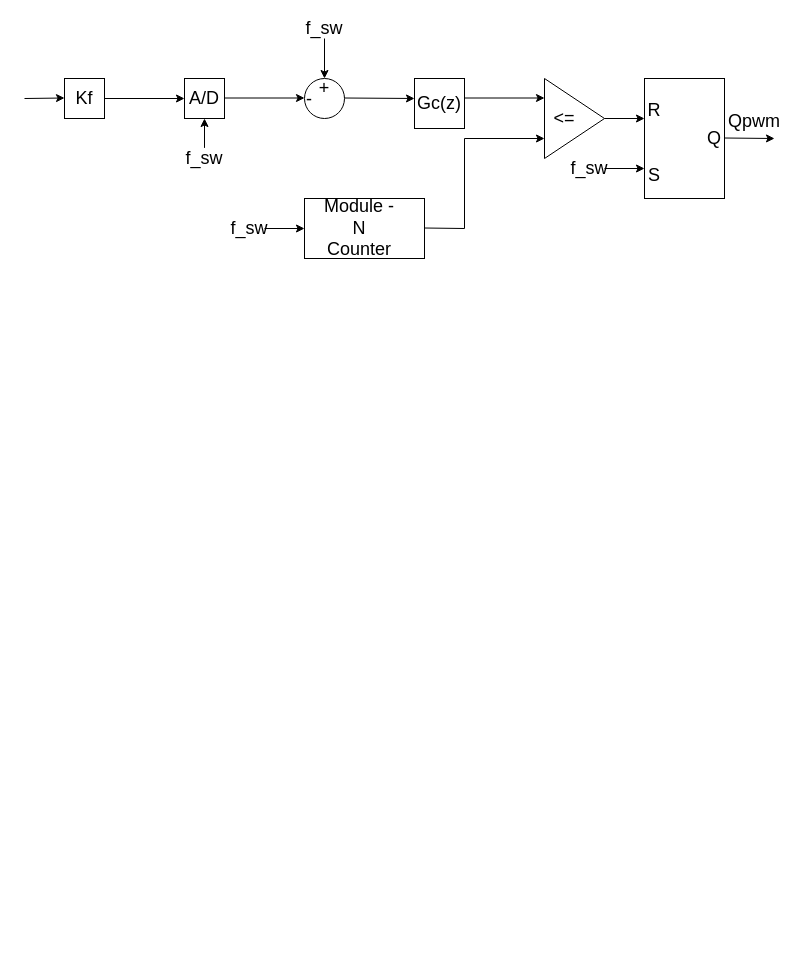
Earlier version of the draw.io diagram Untitled Diagram.drawio (CodeWithManojkumar/ADCs). Source tidied: cells renumbered, new cells numbered last; positions are measured from the earlier drawing's top-left corner, leaving out a move shared by most shapes. Both pictures are drawn from the tidied source at 100%, with x=0, y=0 at pixel (24, 18).
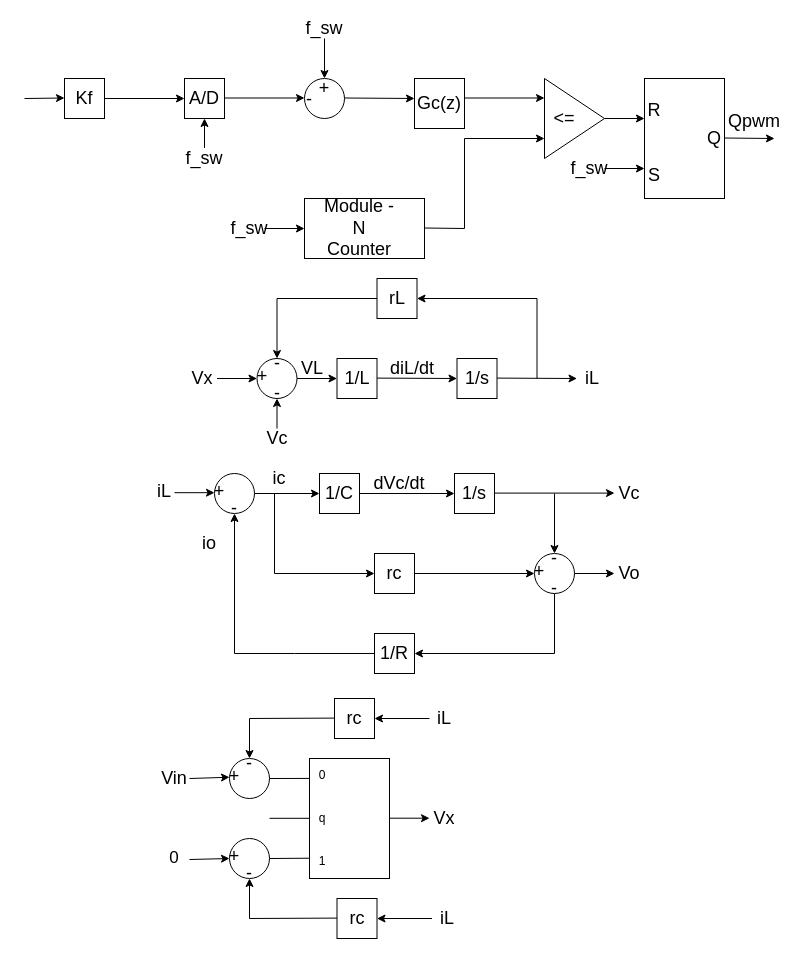
After the change.

Change to the diagram source:
```diff
@@
+    <mxCell id="35" style="whiteSpace=wrap;html=1;fontFamily=palatino;fontSize=18;" parent="1" vertex="1">
+      <mxGeometry x="312.5" y="340" width="40" height="40" as="geometry" />
+    </mxCell>
+    <mxCell id="36" style="whiteSpace=wrap;html=1;fontFamily=palatino;fontSize=18;" parent="1" vertex="1">
+      <mxGeometry x="432.5" y="340" width="40" height="40" as="geometry" />
+    </mxCell>
+    <mxCell id="37" style="whiteSpace=wrap;html=1;fontFamily=palatino;fontSize=18;" parent="1" vertex="1">
+      <mxGeometry x="352.5" y="260" width="40" height="40" as="geometry" />
+    </mxCell>
+    <mxCell id="38" style="endArrow=classic;html=1;rounded=0;entryX=0;entryY=0.5;entryDx=0;entryDy=0;fontFamily=palatino;fontSize=18;" parent="1" edge="1" target="36">
+      <mxGeometry relative="1" as="geometry">
+        <mxPoint x="352.5" y="359.6" as="sourcePoint" />
+      </mxGeometry>
+    </mxCell>
+    <mxCell id="39" style="endArrow=classic;html=1;rounded=0;entryX=0;entryY=0.5;entryDx=0;entryDy=0;fontFamily=palatino;fontSize=18;" parent="1" edge="1">
+      <mxGeometry relative="1" as="geometry">
+        <mxPoint x="472.5" y="359.6" as="sourcePoint" />
+        <mxPoint x="552.5" y="360" as="targetPoint" />
+      </mxGeometry>
+    </mxCell>
+    <mxCell id="40" style="endArrow=classic;html=1;rounded=0;fontFamily=palatino;fontSize=18;entryX=1;entryY=0.5;entryDx=0;entryDy=0;" parent="1" edge="1" target="37">
+      <mxGeometry relative="1" as="geometry">
+        <mxPoint x="512.5" y="360" as="sourcePoint" />
+        <Array as="points">
+          <mxPoint x="512.5" y="280" />
+        </Array>
+      </mxGeometry>
+    </mxCell>
+    <mxCell id="41" style="ellipse;whiteSpace=wrap;html=1;fontFamily=palatino;fontSize=18;" parent="1" vertex="1">
+      <mxGeometry x="232.5" y="340" width="40" height="40" as="geometry" />
+    </mxCell>
+    <mxCell id="42" value="-" style="text;strokeColor=none;align=center;fillColor=none;html=1;verticalAlign=middle;whiteSpace=wrap;rounded=0;fontSize=18;fontFamily=palatino;" parent="1" vertex="1">
+      <mxGeometry x="242.5" y="340" width="20" height="10" as="geometry" />
+    </mxCell>
+    <mxCell id="43" value="-" style="text;strokeColor=none;align=center;fillColor=none;html=1;verticalAlign=middle;whiteSpace=wrap;rounded=0;fontSize=18;fontFamily=palatino;" parent="1" vertex="1">
+      <mxGeometry x="242.5" y="370" width="20" height="10" as="geometry" />
+    </mxCell>
+    <mxCell id="44" value="+" style="text;strokeColor=none;align=center;fillColor=none;html=1;verticalAlign=middle;whiteSpace=wrap;rounded=0;fontSize=18;fontFamily=palatino;" parent="1" vertex="1">
+      <mxGeometry x="232.5" y="355" width="10" height="5" as="geometry" />
+    </mxCell>
+    <mxCell id="45" style="endArrow=classic;html=1;rounded=0;fontFamily=palatino;fontSize=18;" parent="1" edge="1">
+      <mxGeometry relative="1" as="geometry">
+        <mxPoint x="272.5" y="360" as="sourcePoint" />
+        <mxPoint x="312.5" y="360" as="targetPoint" />
+      </mxGeometry>
+    </mxCell>
+    <mxCell id="46" style="endArrow=classic;html=1;rounded=0;fontFamily=palatino;fontSize=18;entryX=1;entryY=0.5;entryDx=0;entryDy=0;exitX=0;exitY=0.5;exitDx=0;exitDy=0;" parent="1" edge="1" source="37">
+      <mxGeometry relative="1" as="geometry">
+        <mxPoint x="252.5" y="340" as="targetPoint" />
+        <Array as="points">
+          <mxPoint x="252.5" y="280" />
+        </Array>
+      </mxGeometry>
+    </mxCell>
+    <mxCell id="47" style="endArrow=classic;html=1;rounded=0;fontFamily=palatino;fontSize=18;" parent="1" edge="1">
+      <mxGeometry relative="1" as="geometry">
+        <mxPoint x="192.5" y="360" as="sourcePoint" />
+        <mxPoint x="232.5" y="360" as="targetPoint" />
+      </mxGeometry>
+    </mxCell>
+    <mxCell id="48" style="endArrow=classic;html=1;rounded=0;fontFamily=palatino;fontSize=18;entryX=0.5;entryY=1;entryDx=0;entryDy=0;" parent="1" edge="1" target="43">
+      <mxGeometry relative="1" as="geometry">
+        <mxPoint x="252.5" y="410" as="sourcePoint" />
+      </mxGeometry>
+    </mxCell>
+    <mxCell id="49" value="rL" style="text;strokeColor=none;align=center;fillColor=none;html=1;verticalAlign=middle;whiteSpace=wrap;rounded=0;fontFamily=palatino;fontSize=18;" parent="1" vertex="1">
+      <mxGeometry x="357.5" y="270" width="30" height="20" as="geometry" />
+    </mxCell>
+    <mxCell id="50" value="1/L" style="text;strokeColor=none;align=center;fillColor=none;html=1;verticalAlign=middle;whiteSpace=wrap;rounded=0;fontFamily=palatino;fontSize=18;" parent="1" vertex="1">
+      <mxGeometry x="317.5" y="350" width="30" height="20" as="geometry" />
+    </mxCell>
+    <mxCell id="51" value="1/s" style="text;strokeColor=none;align=center;fillColor=none;html=1;verticalAlign=middle;whiteSpace=wrap;rounded=0;fontFamily=palatino;fontSize=18;" parent="1" vertex="1">
+      <mxGeometry x="442.5" y="350" width="20" height="20" as="geometry" />
+    </mxCell>
+    <mxCell id="52" value="Vx" style="text;strokeColor=none;align=center;fillColor=none;html=1;verticalAlign=middle;whiteSpace=wrap;rounded=0;fontFamily=palatino;fontSize=18;" parent="1" vertex="1">
+      <mxGeometry x="162.5" y="350" width="30" height="20" as="geometry" />
+    </mxCell>
+    <mxCell id="53" value="Vc" style="text;strokeColor=none;align=center;fillColor=none;html=1;verticalAlign=middle;whiteSpace=wrap;rounded=0;fontFamily=palatino;fontSize=18;" parent="1" vertex="1">
+      <mxGeometry x="237.5" y="410" width="30" height="20" as="geometry" />
+    </mxCell>
+    <mxCell id="54" value="VL" style="text;strokeColor=none;align=center;fillColor=none;html=1;verticalAlign=middle;whiteSpace=wrap;rounded=0;fontFamily=palatino;fontSize=18;" parent="1" vertex="1">
+      <mxGeometry x="272.5" y="340" width="30" height="20" as="geometry" />
+    </mxCell>
+    <mxCell id="55" value="diL/dt" style="text;strokeColor=none;align=center;fillColor=none;html=1;verticalAlign=middle;whiteSpace=wrap;rounded=0;fontFamily=palatino;fontSize=18;" parent="1" vertex="1">
+      <mxGeometry x="372.5" y="340" width="30" height="20" as="geometry" />
+    </mxCell>
+    <mxCell id="56" value="iL" style="text;strokeColor=none;align=center;fillColor=none;html=1;verticalAlign=middle;whiteSpace=wrap;rounded=0;fontFamily=palatino;fontSize=18;" parent="1" vertex="1">
+      <mxGeometry x="552.5" y="350" width="30" height="20" as="geometry" />
+    </mxCell>
+    <mxCell id="57" style="whiteSpace=wrap;html=1;fontFamily=palatino;fontSize=18;" parent="1" vertex="1">
+      <mxGeometry x="430" y="455" width="40" height="40" as="geometry" />
+    </mxCell>
+    <mxCell id="58" value="1/s" style="text;strokeColor=none;align=center;fillColor=none;html=1;verticalAlign=middle;whiteSpace=wrap;rounded=0;fontFamily=palatino;fontSize=18;" parent="1" vertex="1">
+      <mxGeometry x="440" y="465" width="20" height="20" as="geometry" />
+    </mxCell>
+    <mxCell id="59" style="whiteSpace=wrap;html=1;fontFamily=palatino;fontSize=18;" parent="1" vertex="1">
+      <mxGeometry x="295" y="455" width="40" height="40" as="geometry" />
+    </mxCell>
+    <mxCell id="60" value="1/C" style="text;strokeColor=none;align=center;fillColor=none;html=1;verticalAlign=middle;whiteSpace=wrap;rounded=0;fontFamily=palatino;fontSize=18;" parent="1" vertex="1">
+      <mxGeometry x="305" y="465" width="20" height="20" as="geometry" />
+    </mxCell>
+    <mxCell id="61" style="whiteSpace=wrap;html=1;fontFamily=palatino;fontSize=18;" parent="1" vertex="1">
+      <mxGeometry x="350" y="535" width="40" height="40" as="geometry" />
+    </mxCell>
+    <mxCell id="62" value="rc" style="text;strokeColor=none;align=center;fillColor=none;html=1;verticalAlign=middle;whiteSpace=wrap;rounded=0;fontFamily=palatino;fontSize=18;" parent="1" vertex="1">
+      <mxGeometry x="355" y="545" width="30" height="20" as="geometry" />
+    </mxCell>
+    <mxCell id="63" style="ellipse;whiteSpace=wrap;html=1;fontFamily=palatino;fontSize=18;" parent="1" vertex="1">
+      <mxGeometry x="510" y="535" width="40" height="40" as="geometry" />
+    </mxCell>
+    <mxCell id="64" value="-" style="text;strokeColor=none;align=center;fillColor=none;html=1;verticalAlign=middle;whiteSpace=wrap;rounded=0;fontSize=18;fontFamily=palatino;" parent="1" vertex="1">
+      <mxGeometry x="520" y="535" width="20" height="10" as="geometry" />
+    </mxCell>
+    <mxCell id="65" value="-" style="text;strokeColor=none;align=center;fillColor=none;html=1;verticalAlign=middle;whiteSpace=wrap;rounded=0;fontSize=18;fontFamily=palatino;" parent="1" vertex="1">
+      <mxGeometry x="520" y="565" width="20" height="10" as="geometry" />
+    </mxCell>
+    <mxCell id="66" value="+" style="text;strokeColor=none;align=center;fillColor=none;html=1;verticalAlign=middle;whiteSpace=wrap;rounded=0;fontSize=18;fontFamily=palatino;" parent="1" vertex="1">
+      <mxGeometry x="510" y="550" width="10" height="5" as="geometry" />
+    </mxCell>
+    <mxCell id="67" style="whiteSpace=wrap;html=1;fontFamily=palatino;fontSize=18;" parent="1" vertex="1">
+      <mxGeometry x="350" y="615" width="40" height="40" as="geometry" />
+    </mxCell>
+    <mxCell id="68" value="1/R" style="text;strokeColor=none;align=center;fillColor=none;html=1;verticalAlign=middle;whiteSpace=wrap;rounded=0;fontFamily=palatino;fontSize=18;" parent="1" vertex="1">
+      <mxGeometry x="360" y="625" width="20" height="20" as="geometry" />
+    </mxCell>
+    <mxCell id="69" style="ellipse;whiteSpace=wrap;html=1;fontFamily=palatino;fontSize=18;" parent="1" vertex="1">
+      <mxGeometry x="190" y="455" width="40" height="40" as="geometry" />
+    </mxCell>
+    <mxCell id="70" value="-" style="text;strokeColor=none;align=center;fillColor=none;html=1;verticalAlign=middle;whiteSpace=wrap;rounded=0;fontSize=18;fontFamily=palatino;" parent="1" vertex="1">
+      <mxGeometry x="200" y="485" width="20" height="10" as="geometry" />
+    </mxCell>
+    <mxCell id="71" value="+" style="text;strokeColor=none;align=center;fillColor=none;html=1;verticalAlign=middle;whiteSpace=wrap;rounded=0;fontSize=18;fontFamily=palatino;" parent="1" vertex="1">
+      <mxGeometry x="190" y="470" width="10" height="5" as="geometry" />
+    </mxCell>
+    <mxCell id="72" style="endArrow=classic;html=1;rounded=0;fontFamily=palatino;fontSize=18;entryX=0;entryY=0.5;entryDx=0;entryDy=0;" parent="1" edge="1" target="59">
+      <mxGeometry relative="1" as="geometry">
+        <mxPoint x="230" y="475" as="sourcePoint" />
+      </mxGeometry>
+    </mxCell>
+    <mxCell id="73" style="endArrow=classic;html=1;rounded=0;fontFamily=palatino;fontSize=18;entryX=0;entryY=0.5;entryDx=0;entryDy=0;exitX=1;exitY=0.5;exitDx=0;exitDy=0;" parent="1" edge="1" source="59" target="57">
+      <mxGeometry relative="1" as="geometry" />
+    </mxCell>
+    <mxCell id="74" style="endArrow=classic;html=1;rounded=0;fontFamily=palatino;fontSize=18;entryX=0;entryY=0.5;entryDx=0;entryDy=0;" parent="1" edge="1">
+      <mxGeometry relative="1" as="geometry">
+        <mxPoint x="470" y="474.6" as="sourcePoint" />
+        <mxPoint x="590" y="474.6" as="targetPoint" />
+      </mxGeometry>
+    </mxCell>
+    <mxCell id="75" style="endArrow=classic;html=1;rounded=0;fontFamily=palatino;fontSize=18;entryX=0.5;entryY=0;entryDx=0;entryDy=0;" parent="1" edge="1" target="64">
+      <mxGeometry relative="1" as="geometry">
+        <mxPoint x="530" y="475" as="sourcePoint" />
+      </mxGeometry>
+    </mxCell>
+    <mxCell id="76" style="endArrow=classic;html=1;rounded=0;fontFamily=palatino;fontSize=18;entryX=0;entryY=0.5;entryDx=0;entryDy=0;" parent="1" edge="1">
+      <mxGeometry relative="1" as="geometry">
+        <mxPoint x="390" y="555" as="sourcePoint" />
+        <mxPoint x="510" y="555" as="targetPoint" />
+      </mxGeometry>
+    </mxCell>
+    <mxCell id="77" style="endArrow=classic;html=1;rounded=0;fontFamily=palatino;fontSize=18;entryX=1;entryY=0.5;entryDx=0;entryDy=0;exitX=0.5;exitY=1;exitDx=0;exitDy=0;" parent="1" edge="1" source="65" target="67">
+      <mxGeometry relative="1" as="geometry">
+        <Array as="points">
+          <mxPoint x="530" y="635" />
+        </Array>
+      </mxGeometry>
+    </mxCell>
+    <mxCell id="78" style="endArrow=classic;html=1;rounded=0;fontFamily=palatino;fontSize=18;entryX=0.5;entryY=1;entryDx=0;entryDy=0;exitX=0;exitY=0.5;exitDx=0;exitDy=0;" parent="1" edge="1" source="67" target="70">
+      <mxGeometry relative="1" as="geometry">
+        <Array as="points">
+          <mxPoint x="270" y="635" />
+          <mxPoint x="210" y="635" />
+        </Array>
+      </mxGeometry>
+    </mxCell>
+    <mxCell id="79" style="endArrow=classic;html=1;rounded=0;fontFamily=palatino;fontSize=18;entryX=0;entryY=0.5;entryDx=0;entryDy=0;" parent="1" edge="1">
+      <mxGeometry relative="1" as="geometry">
+        <mxPoint x="250" y="475" as="sourcePoint" />
+        <mxPoint x="350" y="555" as="targetPoint" />
+        <Array as="points">
+          <mxPoint x="250" y="555" />
+        </Array>
+      </mxGeometry>
+    </mxCell>
+    <mxCell id="80" style="endArrow=classic;html=1;rounded=0;fontFamily=palatino;fontSize=18;" parent="1" edge="1">
+      <mxGeometry relative="1" as="geometry">
+        <mxPoint x="550" y="555" as="sourcePoint" />
+        <mxPoint x="590" y="555" as="targetPoint" />
+      </mxGeometry>
+    </mxCell>
+    <mxCell id="81" style="endArrow=classic;html=1;rounded=0;fontFamily=palatino;fontSize=18;" parent="1" edge="1">
+      <mxGeometry relative="1" as="geometry">
+        <mxPoint x="150" y="474.2" as="sourcePoint" />
+        <mxPoint x="190" y="474.2" as="targetPoint" />
+      </mxGeometry>
+    </mxCell>
+    <mxCell id="82" value="iL" style="text;strokeColor=none;align=center;fillColor=none;html=1;verticalAlign=middle;whiteSpace=wrap;rounded=0;fontFamily=palatino;fontSize=18;" parent="1" vertex="1">
+      <mxGeometry x="125" y="462.5" width="30" height="20" as="geometry" />
+    </mxCell>
+    <mxCell id="83" value="Vc" style="text;strokeColor=none;align=center;fillColor=none;html=1;verticalAlign=middle;whiteSpace=wrap;rounded=0;fontFamily=palatino;fontSize=18;" parent="1" vertex="1">
+      <mxGeometry x="590" y="465" width="30" height="20" as="geometry" />
+    </mxCell>
+    <mxCell id="84" value="Vo" style="text;strokeColor=none;align=center;fillColor=none;html=1;verticalAlign=middle;whiteSpace=wrap;rounded=0;fontFamily=palatino;fontSize=18;" parent="1" vertex="1">
+      <mxGeometry x="590" y="545" width="30" height="20" as="geometry" />
+    </mxCell>
+    <mxCell id="85" value="io" style="text;strokeColor=none;align=center;fillColor=none;html=1;verticalAlign=middle;whiteSpace=wrap;rounded=0;fontFamily=palatino;fontSize=18;" parent="1" vertex="1">
+      <mxGeometry x="170" y="515" width="30" height="20" as="geometry" />
+    </mxCell>
+    <mxCell id="86" value="ic" style="text;strokeColor=none;align=center;fillColor=none;html=1;verticalAlign=middle;whiteSpace=wrap;rounded=0;fontFamily=palatino;fontSize=18;" parent="1" vertex="1">
+      <mxGeometry x="240" y="450" width="30" height="20" as="geometry" />
+    </mxCell>
+    <mxCell id="87" value="dVc/dt" style="text;strokeColor=none;align=center;fillColor=none;html=1;verticalAlign=middle;whiteSpace=wrap;rounded=0;fontFamily=palatino;fontSize=18;" parent="1" vertex="1">
+      <mxGeometry x="360" y="455" width="30" height="20" as="geometry" />
+    </mxCell>
+    <mxCell id="88" style="rounded=0;whiteSpace=wrap;html=1;fontFamily=palatino;" parent="1" vertex="1">
+      <mxGeometry x="285" y="740" width="80" height="120" as="geometry" />
+    </mxCell>
+    <mxCell id="89" style="ellipse;whiteSpace=wrap;html=1;fontFamily=palatino;fontSize=18;" parent="1" vertex="1">
+      <mxGeometry x="205" y="740" width="40" height="40" as="geometry" />
+    </mxCell>
+    <mxCell id="90" value="-" style="text;strokeColor=none;align=center;fillColor=none;html=1;verticalAlign=middle;whiteSpace=wrap;rounded=0;fontSize=18;fontFamily=palatino;" parent="1" vertex="1">
+      <mxGeometry x="215" y="740" width="20" height="10" as="geometry" />
+    </mxCell>
+    <mxCell id="91" value="+" style="text;strokeColor=none;align=center;fillColor=none;html=1;verticalAlign=middle;whiteSpace=wrap;rounded=0;fontSize=18;fontFamily=palatino;" parent="1" vertex="1">
+      <mxGeometry x="205" y="755" width="10" height="5" as="geometry" />
+    </mxCell>
+    <mxCell id="92" style="ellipse;whiteSpace=wrap;html=1;fontFamily=palatino;fontSize=18;" parent="1" vertex="1">
+      <mxGeometry x="205" y="820" width="40" height="40" as="geometry" />
+    </mxCell>
+    <mxCell id="93" value="-" style="text;strokeColor=none;align=center;fillColor=none;html=1;verticalAlign=middle;whiteSpace=wrap;rounded=0;fontSize=18;fontFamily=palatino;" parent="1" vertex="1">
+      <mxGeometry x="215" y="850" width="20" height="10" as="geometry" />
+    </mxCell>
+    <mxCell id="94" value="+" style="text;strokeColor=none;align=center;fillColor=none;html=1;verticalAlign=middle;whiteSpace=wrap;rounded=0;fontSize=18;fontFamily=palatino;" parent="1" vertex="1">
+      <mxGeometry x="205" y="835" width="10" height="5" as="geometry" />
+    </mxCell>
+    <mxCell id="95" style="endArrow=none;html=1;rounded=0;exitX=1;exitY=0.5;exitDx=0;exitDy=0;entryX=0.003;entryY=0.166;entryDx=0;entryDy=0;entryPerimeter=0;fontFamily=palatino;" parent="1" edge="1" source="89" target="88">
+      <mxGeometry relative="1" as="geometry" />
+    </mxCell>
+    <mxCell id="96" style="endArrow=none;html=1;rounded=0;exitX=1;exitY=0.5;exitDx=0;exitDy=0;entryX=-0.006;entryY=0.831;entryDx=0;entryDy=0;entryPerimeter=0;fontFamily=palatino;" parent="1" edge="1" target="88">
+      <mxGeometry relative="1" as="geometry">
+        <mxPoint x="245" y="840" as="sourcePoint" />
+      </mxGeometry>
+    </mxCell>
+    <mxCell id="97" style="endArrow=none;html=1;rounded=0;exitX=1;exitY=0.5;exitDx=0;exitDy=0;entryX=0.003;entryY=0.166;entryDx=0;entryDy=0;entryPerimeter=0;fontFamily=palatino;" parent="1" edge="1">
+      <mxGeometry relative="1" as="geometry">
+        <mxPoint x="245" y="799.8" as="sourcePoint" />
+        <mxPoint x="285" y="799.8" as="targetPoint" />
+      </mxGeometry>
+    </mxCell>
+    <mxCell id="98" style="whiteSpace=wrap;html=1;fontFamily=palatino;fontSize=18;" parent="1" vertex="1">
+      <mxGeometry x="310" y="680" width="40" height="40" as="geometry" />
+    </mxCell>
+    <mxCell id="99" value="rc" style="text;strokeColor=none;align=center;fillColor=none;html=1;verticalAlign=middle;whiteSpace=wrap;rounded=0;fontFamily=palatino;fontSize=18;" parent="1" vertex="1">
+      <mxGeometry x="315" y="690" width="30" height="20" as="geometry" />
+    </mxCell>
+    <mxCell id="100" style="endArrow=classic;html=1;rounded=0;fontFamily=palatino;fontSize=18;" parent="1" edge="1">
+      <mxGeometry relative="1" as="geometry">
+        <mxPoint x="365" y="799.7" as="sourcePoint" />
+        <mxPoint x="405" y="799.7" as="targetPoint" />
+      </mxGeometry>
+    </mxCell>
+    <mxCell id="101" value="Vx" style="text;strokeColor=none;align=center;fillColor=none;html=1;verticalAlign=middle;whiteSpace=wrap;rounded=0;fontFamily=palatino;fontSize=18;" parent="1" vertex="1">
+      <mxGeometry x="405" y="790" width="30" height="20" as="geometry" />
+    </mxCell>
+    <mxCell id="102" style="endArrow=classic;html=1;rounded=0;fontFamily=palatino;fontSize=18;entryX=1;entryY=0.5;entryDx=0;entryDy=0;exitX=0;exitY=0.5;exitDx=0;exitDy=0;" parent="1" edge="1" source="103" target="98">
+      <mxGeometry relative="1" as="geometry" />
+    </mxCell>
+    <mxCell id="103" value="iL" style="text;strokeColor=none;align=center;fillColor=none;html=1;verticalAlign=middle;whiteSpace=wrap;rounded=0;fontFamily=palatino;fontSize=18;" parent="1" vertex="1">
+      <mxGeometry x="405" y="690" width="30" height="20" as="geometry" />
+    </mxCell>
+    <mxCell id="104" style="whiteSpace=wrap;html=1;fontFamily=palatino;fontSize=18;" parent="1" vertex="1">
+      <mxGeometry x="312.5" y="880" width="40" height="40" as="geometry" />
+    </mxCell>
+    <mxCell id="105" value="rc" style="text;strokeColor=none;align=center;fillColor=none;html=1;verticalAlign=middle;whiteSpace=wrap;rounded=0;fontFamily=palatino;fontSize=18;" parent="1" vertex="1">
+      <mxGeometry x="317.5" y="890" width="30" height="20" as="geometry" />
+    </mxCell>
+    <mxCell id="106" style="endArrow=classic;html=1;rounded=0;fontFamily=palatino;fontSize=18;entryX=1;entryY=0.5;entryDx=0;entryDy=0;exitX=0;exitY=0.5;exitDx=0;exitDy=0;" parent="1" edge="1" source="107" target="104">
+      <mxGeometry relative="1" as="geometry" />
+    </mxCell>
+    <mxCell id="107" value="iL" style="text;strokeColor=none;align=center;fillColor=none;html=1;verticalAlign=middle;whiteSpace=wrap;rounded=0;fontFamily=palatino;fontSize=18;" parent="1" vertex="1">
+      <mxGeometry x="407.5" y="890" width="30" height="20" as="geometry" />
+    </mxCell>
+    <mxCell id="108" style="endArrow=classic;html=1;rounded=0;fontFamily=palatino;fontSize=18;entryX=0.5;entryY=0;entryDx=0;entryDy=0;exitX=0;exitY=0.5;exitDx=0;exitDy=0;" parent="1" edge="1" target="90">
+      <mxGeometry relative="1" as="geometry">
+        <mxPoint x="310" y="699.6" as="sourcePoint" />
+        <Array as="points">
+          <mxPoint x="225" y="700" />
+        </Array>
+      </mxGeometry>
+    </mxCell>
+    <mxCell id="109" style="endArrow=classic;html=1;rounded=0;fontFamily=palatino;fontSize=18;exitX=0;exitY=0.5;exitDx=0;exitDy=0;entryX=0.5;entryY=1;entryDx=0;entryDy=0;" parent="1" edge="1" target="93">
+      <mxGeometry relative="1" as="geometry">
+        <mxPoint x="312.5" y="899.6" as="sourcePoint" />
+        <Array as="points">
+          <mxPoint x="225" y="900" />
+        </Array>
+      </mxGeometry>
+    </mxCell>
+    <mxCell id="110" style="endArrow=classic;html=1;rounded=0;entryX=0;entryY=0.75;entryDx=0;entryDy=0;fontFamily=palatino;" parent="1" edge="1" target="91">
+      <mxGeometry relative="1" as="geometry">
+        <mxPoint x="165" y="760" as="sourcePoint" />
+      </mxGeometry>
+    </mxCell>
+    <mxCell id="111" style="endArrow=classic;html=1;rounded=0;entryX=0;entryY=0.75;entryDx=0;entryDy=0;fontFamily=palatino;" parent="1" edge="1">
+      <mxGeometry relative="1" as="geometry">
+        <mxPoint x="165" y="841" as="sourcePoint" />
+        <mxPoint x="205" y="840" as="targetPoint" />
+      </mxGeometry>
+    </mxCell>
+    <mxCell id="112" value="0&lt;div&gt;&lt;br&gt;&lt;/div&gt;&lt;div&gt;&lt;br&gt;&lt;/div&gt;&lt;div&gt;q&lt;/div&gt;&lt;div&gt;&lt;br&gt;&lt;/div&gt;&lt;div&gt;&lt;br&gt;&lt;/div&gt;&lt;div&gt;1&lt;/div&gt;" style="text;strokeColor=none;align=center;fillColor=none;html=1;verticalAlign=middle;whiteSpace=wrap;rounded=0;fontFamily=palatino;" parent="1" vertex="1">
+      <mxGeometry x="267.5" y="785" width="60" height="30" as="geometry" />
+    </mxCell>
+    <mxCell id="113" value="Vin" style="text;strokeColor=none;align=center;fillColor=none;html=1;verticalAlign=middle;whiteSpace=wrap;rounded=0;fontFamily=palatino;fontSize=18;" parent="1" vertex="1">
+      <mxGeometry x="135" y="750" width="30" height="20" as="geometry" />
+    </mxCell>
+    <mxCell id="114" value="&lt;font style=&quot;font-size: 17px;&quot; face=&quot;palatino&quot;&gt;0&lt;/font&gt;" style="text;strokeColor=none;align=center;fillColor=none;html=1;verticalAlign=middle;whiteSpace=wrap;rounded=0;" parent="1" vertex="1">
+      <mxGeometry x="120" y="825" width="60" height="30" as="geometry" />
+    </mxCell>
```
